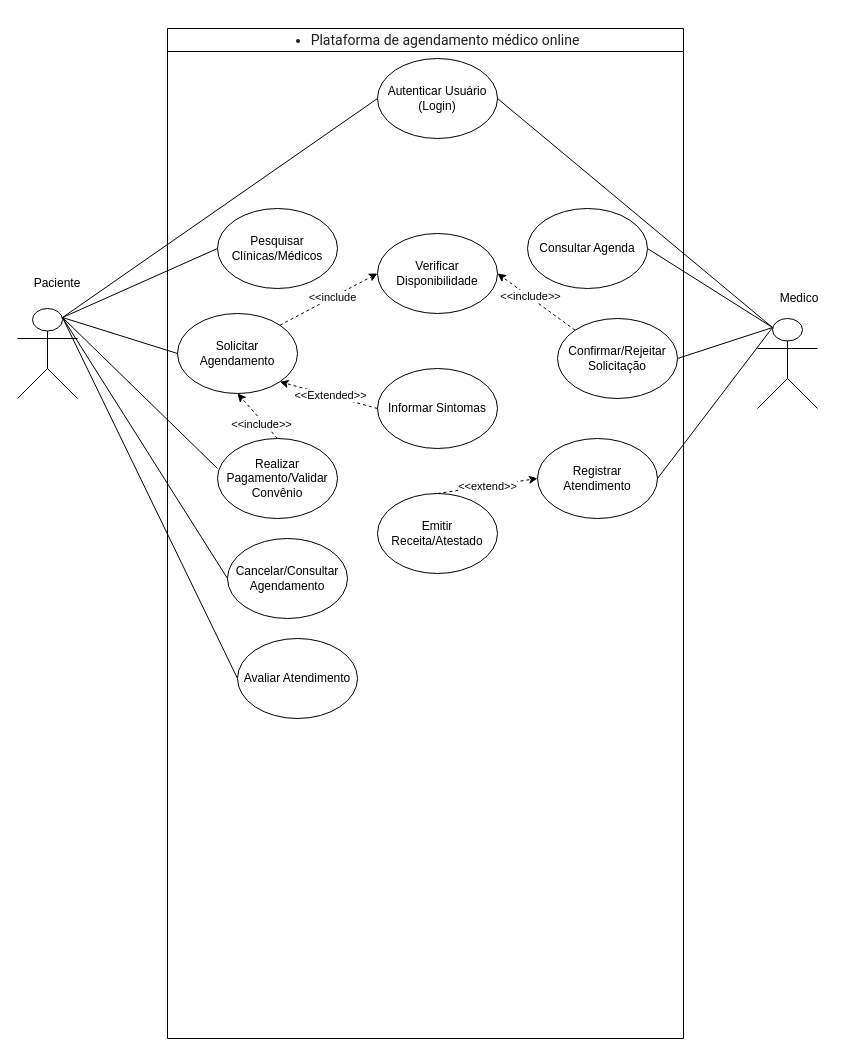
This is Plataforma de agendamento médico onlin.drawio from tailanf1/Aula-de-Diagrama-de-Casos-de-Uso, a draw.io file, before an edit. Source tidied: cells renumbered, new cells numbered last; positions are measured from the earlier drawing's top-left corner, leaving out a move shared by most shapes. Both pictures are drawn from the tidied source at 100%, with x=0, y=0 at pixel (17, 28).
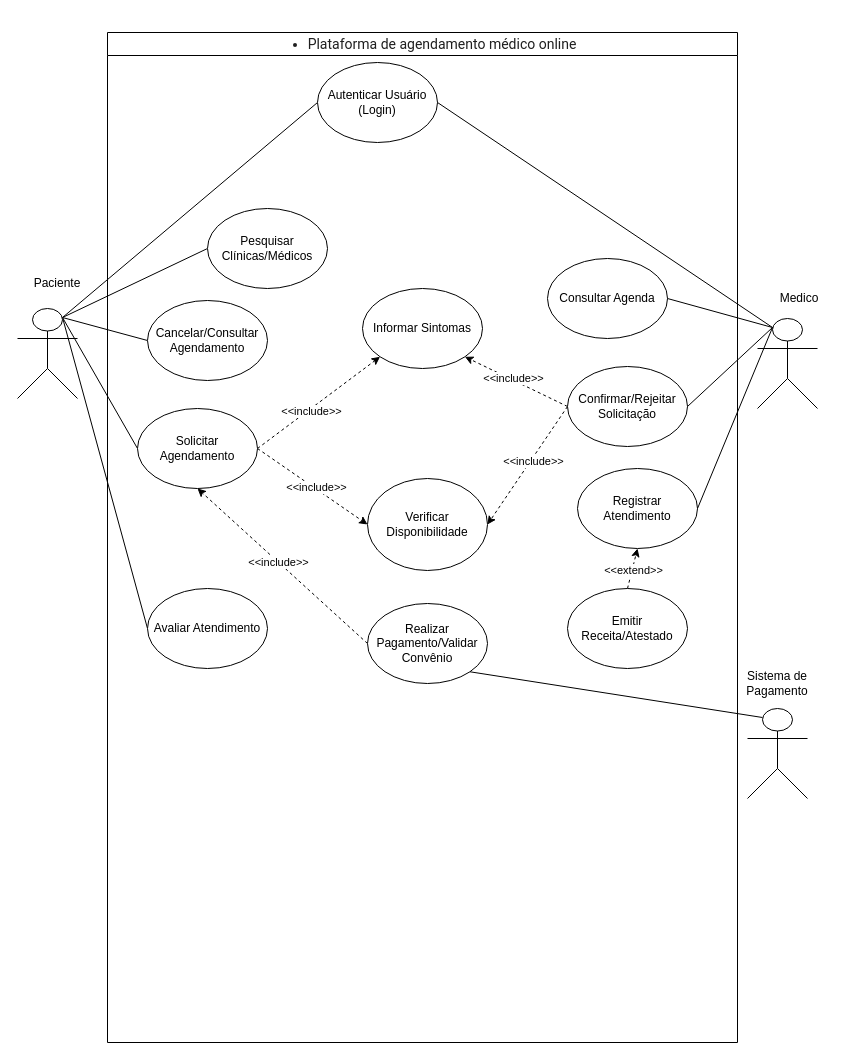
The same diagram, later.

The change refers to these unchanged cells:
```xml
<mxCell id="7" style="shape=umlActor;verticalLabelPosition=bottom;verticalAlign=top;html=1;outlineConnect=0;" parent="1" vertex="1">
  <mxGeometry y="280" width="60" height="90" as="geometry" />
</mxCell>
```

What changed in the source:
```diff
@@
     <mxCell id="8" value="&lt;ul style=&quot;-webkit-tap-highlight-color: transparent; list-style-position: initial; list-style-image: initial; margin: 1em 0px; padding: 0px 0px 0px 40px; color: rgb(31, 31, 31); font-family: &amp;quot;Google Sans&amp;quot;, Roboto, Arial, sans-serif; font-size: 14px; font-weight: 400; text-align: start; background-color: rgb(255, 255, 255);&quot;&gt;&lt;li style=&quot;-webkit-tap-highlight-color: transparent;&quot;&gt;Plataforma de agendamento&amp;nbsp;médico online&lt;/li&gt;&lt;/ul&gt;" style="swimlane;whiteSpace=wrap;html=1;" parent="1" vertex="1">
-      <mxGeometry x="150" width="516" height="1010" as="geometry" />
+      <mxGeometry x="90" y="4" width="630" height="1010" as="geometry" />
     </mxCell>
     <mxCell id="9" value="Pesquisar Clínicas/Médicos" style="ellipse;whiteSpace=wrap;html=1;" parent="8" vertex="1">
-      <mxGeometry x="50" y="180" width="120" height="80" as="geometry" />
+      <mxGeometry x="100" y="176" width="120" height="80" as="geometry" />
     </mxCell>
-    <mxCell id="10" style="rounded=0;jettySize=auto;html=1;exitX=1;exitY=0;exitDx=0;exitDy=0;entryX=0;entryY=0.5;entryDx=0;entryDy=0;dashed=1;" parent="8" edge="1" source="12" target="14">
+    <mxCell id="10" style="rounded=0;jettySize=auto;html=1;exitX=1;exitY=0.5;exitDx=0;exitDy=0;entryX=0;entryY=0.5;entryDx=0;entryDy=0;dashed=1;" parent="8" edge="1" source="12" target="14">
       <mxGeometry relative="1" as="geometry" />
     </mxCell>
-    <mxCell id="11" value="&amp;lt;&amp;lt;include" style="edgeLabel;html=1;align=center;verticalAlign=middle;" parent="10" vertex="1">
-      <mxGeometry x="0.07" y="1" relative="1" as="geometry" />
-    </mxCell>
+    <mxCell id="39" value="&amp;lt;&amp;lt;include&amp;gt;&amp;gt;" style="edgeLabel;html=1;align=center;verticalAlign=middle;" parent="10" vertex="1">
+      <mxGeometry x="0.04" y="1" relative="1" as="geometry" />
+    </mxCell>
+    <mxCell id="40" style="rounded=0;jettySize=auto;html=1;exitX=1;exitY=0.5;exitDx=0;exitDy=0;entryX=0;entryY=1;entryDx=0;entryDy=0;dashed=1;" parent="8" edge="1" source="12" target="22">
+      <mxGeometry relative="1" as="geometry" />
+    </mxCell>
+    <mxCell id="41" value="&amp;lt;&amp;lt;include&amp;gt;&amp;gt;" style="edgeLabel;html=1;align=center;verticalAlign=middle;" parent="40" vertex="1">
+      <mxGeometry x="-0.14" y="-3" relative="1" as="geometry">
+        <mxPoint x="-1" as="offset" />
+      </mxGeometry>
+    </mxCell>
     <mxCell id="12" value="Solicitar Agendamento" style="ellipse;whiteSpace=wrap;html=1;" parent="8" vertex="1">
-      <mxGeometry x="10" y="285" width="120" height="80" as="geometry" />
+      <mxGeometry x="30" y="376" width="120" height="80" as="geometry" />
     </mxCell>
     <mxCell id="13" value="Consultar Agenda" style="ellipse;whiteSpace=wrap;html=1;" parent="8" vertex="1">
-      <mxGeometry x="360" y="180" width="120" height="80" as="geometry" />
+      <mxGeometry x="440" y="226" width="120" height="80" as="geometry" />
     </mxCell>
     <mxCell id="14" value="Verificar Disponibilidade" style="ellipse;whiteSpace=wrap;html=1;" parent="8" vertex="1">
-      <mxGeometry x="210" y="205" width="120" height="80" as="geometry" />
+      <mxGeometry x="260" y="446" width="120" height="92" as="geometry" />
     </mxCell>
-    <mxCell id="15" style="rounded=0;jettySize=auto;html=1;exitX=0;exitY=0;exitDx=0;exitDy=0;entryX=1;entryY=0.5;entryDx=0;entryDy=0;dashed=1;" parent="8" edge="1" source="17" target="14">
+    <mxCell id="15" style="rounded=0;jettySize=auto;html=1;exitX=0;exitY=0.5;exitDx=0;exitDy=0;entryX=1;entryY=0.5;entryDx=0;entryDy=0;dashed=1;" parent="8" edge="1" source="17" target="14">
       <mxGeometry relative="1" as="geometry" />
     </mxCell>
-    <mxCell id="16" value="&amp;lt;&amp;lt;include&amp;gt;&amp;gt;" style="edgeLabel;html=1;align=center;verticalAlign=middle;" parent="15" vertex="1">
-      <mxGeometry x="0.18" y="-1" relative="1" as="geometry" />
-    </mxCell>
+    <mxCell id="42" value="&amp;lt;&amp;lt;include&amp;gt;&amp;gt;" style="edgeLabel;html=1;align=center;verticalAlign=middle;" parent="15" vertex="1">
+      <mxGeometry x="-0.1" y="2" relative="1" as="geometry" />
+    </mxCell>
+    <mxCell id="43" style="rounded=0;jettySize=auto;html=1;exitX=0;exitY=0.5;exitDx=0;exitDy=0;entryX=1;entryY=1;entryDx=0;entryDy=0;dashed=1;" parent="8" edge="1" source="17" target="22">
+      <mxGeometry relative="1" as="geometry" />
+    </mxCell>
+    <mxCell id="44" value="&amp;lt;&amp;lt;include&amp;gt;&amp;gt;" style="edgeLabel;html=1;align=center;verticalAlign=middle;" parent="43" vertex="1">
+      <mxGeometry x="0.07" y="-2" relative="1" as="geometry" />
+    </mxCell>
     <mxCell id="17" value="Confirmar/Rejeitar Solicitação" style="ellipse;whiteSpace=wrap;html=1;" parent="8" vertex="1">
-      <mxGeometry x="390" y="290" width="120" height="80" as="geometry" />
+      <mxGeometry x="460" y="334" width="120" height="80" as="geometry" />
     </mxCell>
     <mxCell id="18" value="Cancelar/Consultar Agendamento" style="ellipse;whiteSpace=wrap;html=1;" parent="8" vertex="1">
-      <mxGeometry x="60" y="510" width="120" height="80" as="geometry" />
+      <mxGeometry x="40" y="268" width="120" height="80" as="geometry" />
     </mxCell>
     <mxCell id="19" value="Registrar Atendimento" style="ellipse;whiteSpace=wrap;html=1;" parent="8" vertex="1">
-      <mxGeometry x="370" y="410" width="120" height="80" as="geometry" />
+      <mxGeometry x="470" y="436" width="120" height="80" as="geometry" />
     </mxCell>
-    <mxCell id="20" style="rounded=0;jettySize=auto;html=1;exitX=0;exitY=0.5;exitDx=0;exitDy=0;entryX=1;entryY=1;entryDx=0;entryDy=0;dashed=1;" parent="8" edge="1" source="22" target="12">
-      <mxGeometry relative="1" as="geometry" />
-    </mxCell>
-    <mxCell id="21" value="&amp;lt;&amp;lt;Extended&amp;gt;&amp;gt;" style="edgeLabel;html=1;align=center;verticalAlign=middle;" parent="20" vertex="1">
-      <mxGeometry x="-0.02" relative="1" as="geometry">
-        <mxPoint x="1" as="offset" />
-      </mxGeometry>
-    </mxCell>
     <mxCell id="22" value="Informar Sintomas" style="ellipse;whiteSpace=wrap;html=1;" parent="8" vertex="1">
-      <mxGeometry x="210" y="340" width="120" height="80" as="geometry" />
+      <mxGeometry x="255" y="256" width="120" height="80" as="geometry" />
     </mxCell>
@@
-    <mxCell id="24" style="rounded=0;jettySize=auto;html=1;exitX=0.5;exitY=0;exitDx=0;exitDy=0;entryX=0.5;entryY=1;entryDx=0;entryDy=0;dashed=1;" parent="8" edge="1" source="26" target="12">
+    <mxCell id="24" style="rounded=0;jettySize=auto;html=1;exitX=0;exitY=0.5;exitDx=0;exitDy=0;entryX=0.5;entryY=1;entryDx=0;entryDy=0;dashed=1;" parent="8" edge="1" source="26" target="12">
       <mxGeometry relative="1" as="geometry" />
     </mxCell>
-    <mxCell id="25" value="&amp;lt;&amp;lt;include&amp;gt;&amp;gt;" style="edgeLabel;html=1;align=center;verticalAlign=middle;" parent="24" vertex="1">
-      <mxGeometry x="-0.25" y="2" relative="1" as="geometry">
-        <mxPoint y="1" as="offset" />
-      </mxGeometry>
-    </mxCell>
+    <mxCell id="45" value="&amp;lt;&amp;lt;include&amp;gt;&amp;gt;" style="edgeLabel;html=1;align=center;verticalAlign=middle;" parent="24" vertex="1">
+      <mxGeometry x="0.05" relative="1" as="geometry" />
+    </mxCell>
     <mxCell id="26" value="Realizar Pagamento/Validar Convênio" style="ellipse;whiteSpace=wrap;html=1;" parent="8" vertex="1">
-      <mxGeometry x="50" y="410" width="120" height="80" as="geometry" />
+      <mxGeometry x="260" y="571" width="120" height="80" as="geometry" />
     </mxCell>
-    <mxCell id="27" style="rounded=0;jettySize=auto;html=1;exitX=0.5;exitY=0;exitDx=0;exitDy=0;entryX=0;entryY=0.5;entryDx=0;entryDy=0;dashed=1;" parent="8" edge="1" source="29" target="19">
+    <mxCell id="27" style="rounded=0;jettySize=auto;html=1;exitX=0.5;exitY=0;exitDx=0;exitDy=0;entryX=0.5;entryY=1;entryDx=0;entryDy=0;dashed=1;" parent="8" edge="1" source="29" target="19">
       <mxGeometry relative="1" as="geometry" />
     </mxCell>
     <mxCell id="28" value="&amp;lt;&amp;lt;extend&amp;gt;&amp;gt;" style="edgeLabel;html=1;align=center;verticalAlign=middle;" parent="27" vertex="1">
-      <mxGeometry x="-0.02" y="1" relative="1" as="geometry">
-        <mxPoint y="1" as="offset" />
-      </mxGeometry>
+      <mxGeometry x="-0.08" y="-1" relative="1" as="geometry" />
     </mxCell>
     <mxCell id="29" value="Emitir Receita/Atestado" style="ellipse;whiteSpace=wrap;html=1;" parent="8" vertex="1">
-      <mxGeometry x="210" y="465" width="120" height="80" as="geometry" />
+      <mxGeometry x="460" y="556" width="120" height="80" as="geometry" />
     </mxCell>
     <mxCell id="30" value="Avaliar Atendimento" style="ellipse;whiteSpace=wrap;html=1;" parent="8" vertex="1">
-      <mxGeometry x="70" y="610" width="120" height="80" as="geometry" />
+      <mxGeometry x="40" y="556" width="120" height="80" as="geometry" />
     </mxCell>
@@
-    <mxCell id="38" style="rounded=0;jettySize=auto;html=1;exitX=0.75;exitY=0.1;exitDx=0;exitDy=0;exitPerimeter=0;entryX=0;entryY=0.375;entryDx=0;entryDy=0;entryPerimeter=0;endArrow=none;endFill=0;" parent="1" edge="1" source="7" target="26">
-      <mxGeometry relative="1" as="geometry" />
-    </mxCell>
+    <mxCell id="46" style="rounded=0;jettySize=auto;html=1;exitX=0.25;exitY=0.1;exitDx=0;exitDy=0;exitPerimeter=0;entryX=1;entryY=1;entryDx=0;entryDy=0;endArrow=none;endFill=0;" parent="1" edge="1" source="47" target="26">
+      <mxGeometry relative="1" as="geometry" />
+    </mxCell>
+    <mxCell id="47" style="shape=umlActor;verticalLabelPosition=bottom;verticalAlign=top;html=1;outlineConnect=0;" parent="1" vertex="1">
+      <mxGeometry x="730" y="680" width="60" height="90" as="geometry" />
+    </mxCell>
+    <mxCell id="48" value="Sistema de Pagamento" style="text;html=1;whiteSpace=wrap;strokeColor=none;fillColor=none;align=center;verticalAlign=middle;rounded=0;" parent="1" vertex="1">
+      <mxGeometry x="730" y="640" width="60" height="30" as="geometry" />
+    </mxCell>
```
